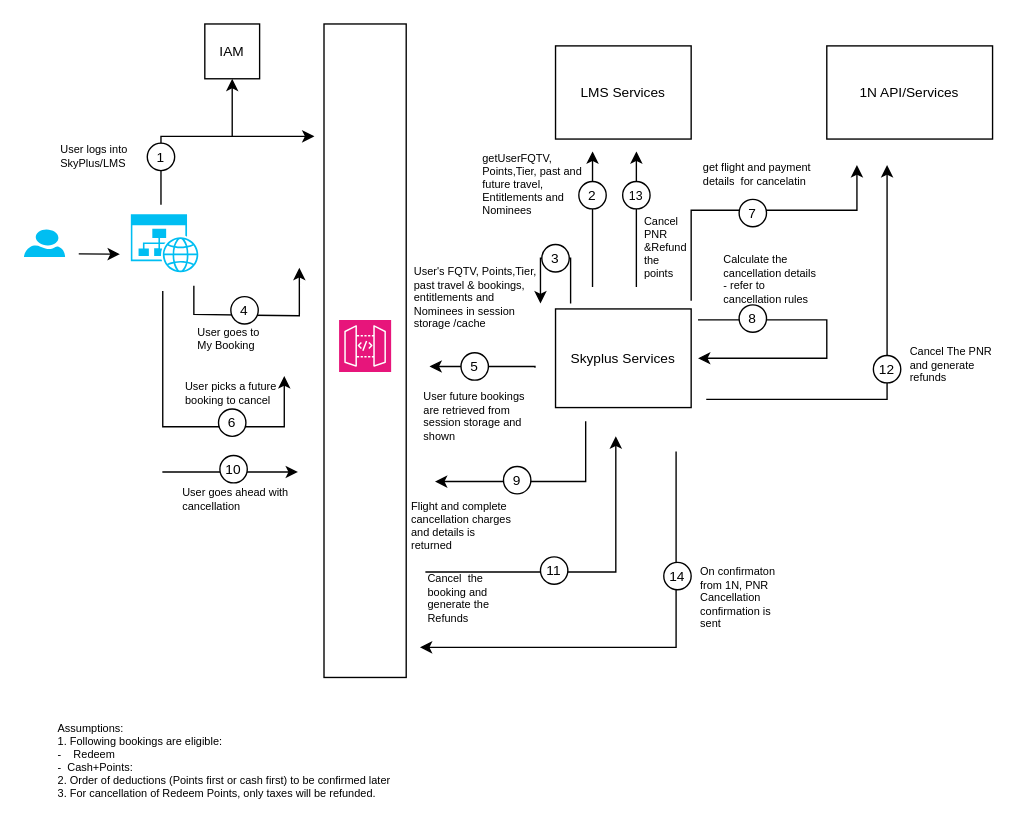
nchauhan4/drawings keeps this draw.io diagram as page "CancelEarnCash" (2 of 2) of Cancellations Cash Plus Points LM Data Flow.drawio. Above is the earlier version. Source tidied: cells renumbered, new cells numbered last; positions are measured from the earlier drawing's top-left corner, leaving out a move shared by most shapes. Both pictures are drawn from the tidied source at 137%, with x=0, y=0 at pixel (23, 23).
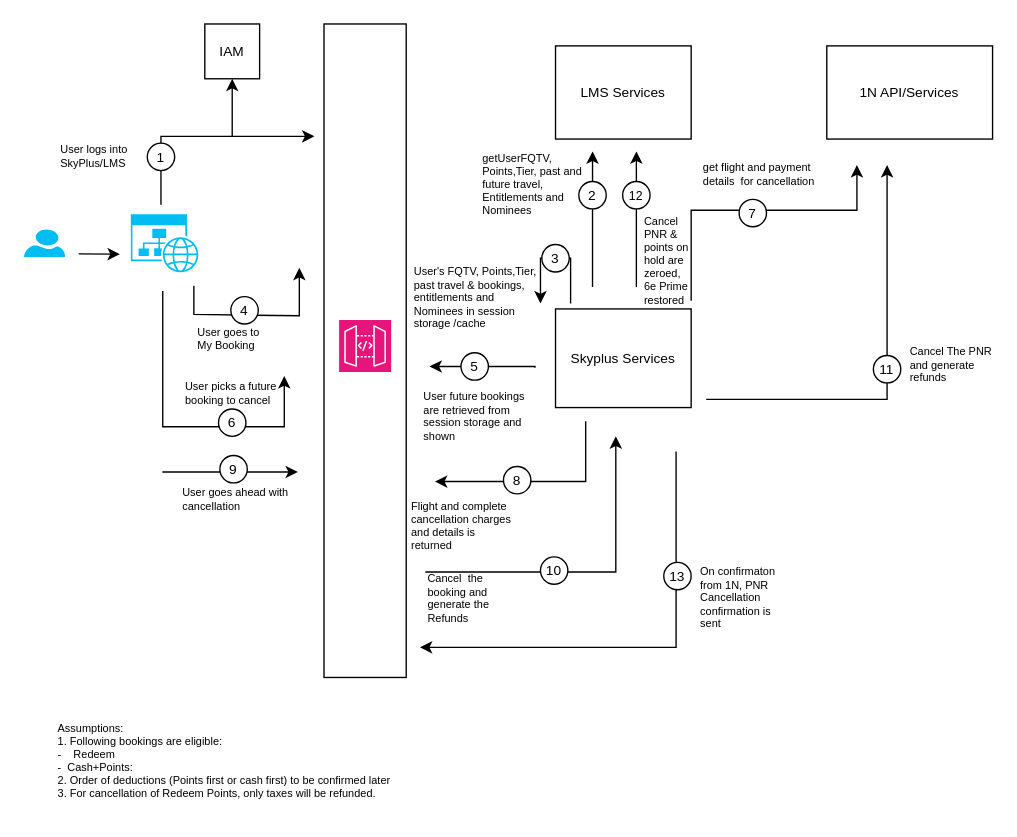
The same page after the edit.

What changed in the source:
```diff
@@
-    <mxCell id="20" style="endArrow=classic;html=1;rounded=0;" parent="1" edge="1">
-      <mxGeometry relative="1" as="geometry">
-        <mxPoint x="492" y="216" as="sourcePoint" />
-        <mxPoint x="492" y="244" as="targetPoint" />
-        <Array as="points">
-          <mxPoint x="586" y="216" />
-          <mxPoint x="586" y="244" />
-        </Array>
-      </mxGeometry>
-    </mxCell>
-    <mxCell id="21" style="ellipse;whiteSpace=wrap;html=1;" parent="1" vertex="1">
-      <mxGeometry x="522" y="205" width="20" height="20" as="geometry" />
-    </mxCell>
-    <mxCell id="22" value="&lt;span style=&quot;font-size: 10px;&quot;&gt;8&lt;/span&gt;" style="text;html=1;strokeColor=none;fillColor=none;align=center;verticalAlign=middle;whiteSpace=wrap;rounded=0;" parent="1" vertex="1">
-      <mxGeometry x="517" y="205" width="30" height="20" as="geometry" />
-    </mxCell>
-    <mxCell id="23" value="Calculate the cancellation details - refer to cancellation rules" style="text;html=1;strokeColor=none;fillColor=none;align=left;verticalAlign=top;whiteSpace=wrap;rounded=0;fontSize=8;" parent="1" vertex="1">
-      <mxGeometry x="508.9" y="161" width="72" height="33" as="geometry" />
-    </mxCell>
@@
-    <mxCell id="41" value="&lt;font style=&quot;font-size: 10px;&quot;&gt;14&lt;/font&gt;" style="text;html=1;strokeColor=none;fillColor=none;align=center;verticalAlign=middle;whiteSpace=wrap;rounded=0;" parent="1" vertex="1">
+    <mxCell id="41" value="&lt;font style=&quot;font-size: 10px;&quot;&gt;13&lt;/font&gt;" style="text;html=1;strokeColor=none;fillColor=none;align=center;verticalAlign=middle;whiteSpace=wrap;rounded=0;" parent="1" vertex="1">
       <mxGeometry x="462" y="393" width="30" height="20" as="geometry" />
     </mxCell>
@@
-    <mxCell id="45" value="get flight and payment details&amp;nbsp; for cancelatin" style="text;html=1;strokeColor=none;fillColor=none;align=left;verticalAlign=top;whiteSpace=wrap;rounded=0;fontSize=8;" parent="1" vertex="1">
+    <mxCell id="45" value="get flight and payment details&amp;nbsp; for cancellation" style="text;html=1;strokeColor=none;fillColor=none;align=left;verticalAlign=top;whiteSpace=wrap;rounded=0;fontSize=8;" parent="1" vertex="1">
       <mxGeometry x="493.5" y="94" width="87.4" height="33" as="geometry" />
     </mxCell>
@@
-    <mxCell id="52" value="&lt;span style=&quot;font-size: 10px;&quot;&gt;9&lt;/span&gt;" style="text;html=1;strokeColor=none;fillColor=none;align=center;verticalAlign=middle;whiteSpace=wrap;rounded=0;" parent="1" vertex="1">
+    <mxCell id="52" value="&lt;span style=&quot;font-size: 10px;&quot;&gt;8&lt;/span&gt;" style="text;html=1;strokeColor=none;fillColor=none;align=center;verticalAlign=middle;whiteSpace=wrap;rounded=0;" parent="1" vertex="1">
       <mxGeometry x="345" y="323" width="30" height="20" as="geometry" />
     </mxCell>
@@
-    <mxCell id="56" value="&lt;font style=&quot;font-size: 10px;&quot;&gt;10&lt;/font&gt;" style="text;html=1;strokeColor=none;fillColor=none;align=center;verticalAlign=middle;whiteSpace=wrap;rounded=0;" parent="1" vertex="1">
+    <mxCell id="56" value="&lt;font style=&quot;font-size: 10px;&quot;&gt;9&lt;/font&gt;" style="text;html=1;strokeColor=none;fillColor=none;align=center;verticalAlign=middle;whiteSpace=wrap;rounded=0;" parent="1" vertex="1">
       <mxGeometry x="138" y="315" width="30" height="20" as="geometry" />
     </mxCell>
@@
-    <mxCell id="59" value="&lt;font style=&quot;font-size: 10px;&quot;&gt;11&lt;/font&gt;" style="text;html=1;strokeColor=none;fillColor=none;align=center;verticalAlign=middle;whiteSpace=wrap;rounded=0;" parent="1" vertex="1">
+    <mxCell id="59" value="&lt;font style=&quot;font-size: 10px;&quot;&gt;10&lt;/font&gt;" style="text;html=1;strokeColor=none;fillColor=none;align=center;verticalAlign=middle;whiteSpace=wrap;rounded=0;" parent="1" vertex="1">
       <mxGeometry x="372" y="389" width="30" height="20" as="geometry" />
     </mxCell>
@@
-    <mxCell id="63" value="&lt;font style=&quot;font-size: 10px;&quot;&gt;12&lt;/font&gt;" style="text;html=1;strokeColor=none;fillColor=none;align=center;verticalAlign=middle;whiteSpace=wrap;rounded=0;" parent="1" vertex="1">
+    <mxCell id="63" value="&lt;font style=&quot;font-size: 10px;&quot;&gt;11&lt;/font&gt;" style="text;html=1;strokeColor=none;fillColor=none;align=center;verticalAlign=middle;whiteSpace=wrap;rounded=0;" parent="1" vertex="1">
       <mxGeometry x="615" y="242" width="30" height="20" as="geometry" />
     </mxCell>
@@
-    <mxCell id="66" value="&lt;font style=&quot;font-size: 9px;&quot;&gt;13&lt;/font&gt;" style="ellipse;whiteSpace=wrap;html=1;fontSize=10;" parent="1" vertex="1">
+    <mxCell id="66" value="&lt;font style=&quot;font-size: 9px;&quot;&gt;12&lt;/font&gt;" style="ellipse;whiteSpace=wrap;html=1;fontSize=10;" parent="1" vertex="1">
       <mxGeometry x="437" y="115" width="20" height="20" as="geometry" />
     </mxCell>
-    <mxCell id="67" value="Cancel PNR &amp;amp;Refund the points" style="text;html=1;strokeColor=none;fillColor=none;align=left;verticalAlign=top;whiteSpace=wrap;rounded=0;fontSize=8;" parent="1" vertex="1">
-      <mxGeometry x="450.5" y="132.8" width="25.5" height="38" as="geometry" />
+    <mxCell id="67" value="Cancel PNR &amp;amp; points on hold are zeroed, 6e Prime restored" style="text;html=1;strokeColor=none;fillColor=none;align=left;verticalAlign=top;whiteSpace=wrap;rounded=0;fontSize=8;" parent="1" vertex="1">
+      <mxGeometry x="450.5" y="132.8" width="36.5" height="58.2" as="geometry" />
     </mxCell>
```
